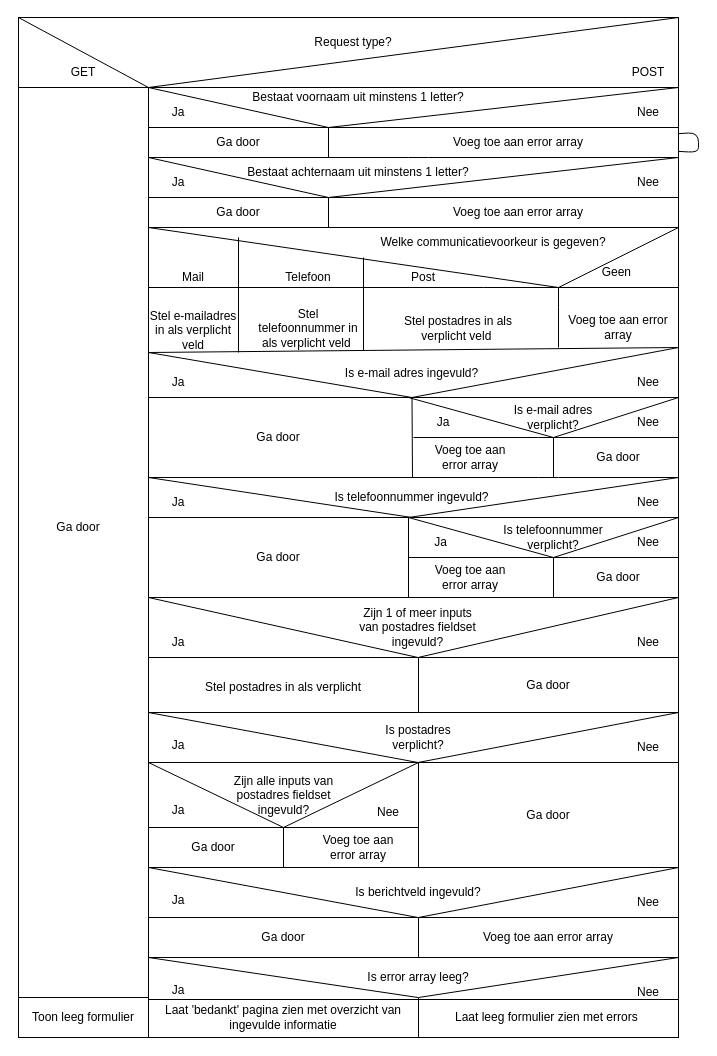
Above: Diagrams/03A PSD.drawio in JeroenHeemskerk/educom-webshop-basis-1725865620 (draw.io), before the change. Source tidied: cells renumbered, new cells numbered last; positions are measured from the earlier drawing's top-left corner, leaving out a move shared by most shapes. Both pictures are drawn from the tidied source at 100%, with x=0, y=0 at pixel (18, 17).
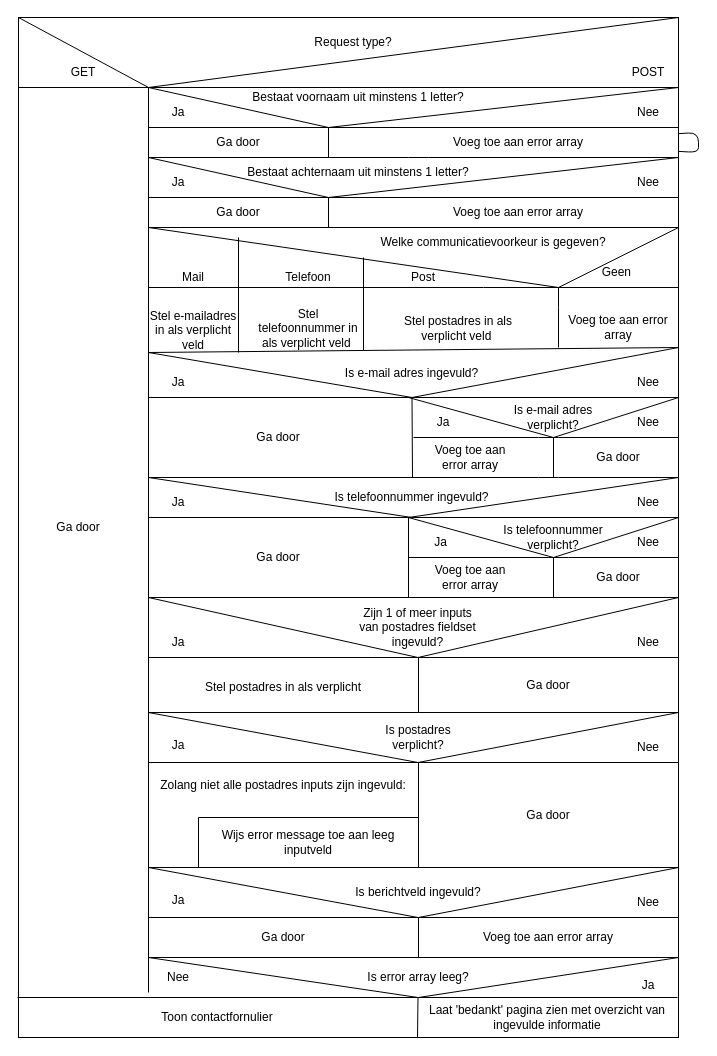
The same page after the edit.

Commit message (it also covers changes not shown here):
PSD opdracht 1.3 herzien #23

The change refers to these unchanged cells:
```xml
<mxCell id="10" value="GET" style="text;strokeColor=none;align=center;fillColor=none;html=1;verticalAlign=middle;whiteSpace=wrap;rounded=0;fontColor=#000000;" parent="1" vertex="1">
  <mxGeometry y="40" width="130" height="30" as="geometry" />
</mxCell>
<mxCell id="13" value="Bestaat voornaam uit minstens 1 letter?" style="text;strokeColor=none;align=center;fillColor=none;html=1;verticalAlign=middle;whiteSpace=wrap;rounded=0;fontColor=#000000;" parent="1" vertex="1">
  <mxGeometry x="130" y="70" width="420" height="20" as="geometry" />
</mxCell>
<mxCell id="110" value="Ja" style="text;strokeColor=none;align=center;fillColor=none;html=1;verticalAlign=middle;whiteSpace=wrap;rounded=0;fontColor=#000000;" parent="1" vertex="1">
  <mxGeometry x="130" y="710" width="60" height="35" as="geometry" />
</mxCell>
<mxCell id="114" value="Ga door" style="text;strokeColor=none;align=center;fillColor=none;html=1;verticalAlign=middle;whiteSpace=wrap;rounded=0;fontColor=#000000;" parent="1" vertex="1">
  <mxGeometry x="400" y="745" width="260" height="105" as="geometry" />
</mxCell>
<mxCell id="124" value="Is berichtveld ingevuld?" style="text;strokeColor=none;align=center;fillColor=none;html=1;verticalAlign=middle;whiteSpace=wrap;rounded=0;fontColor=#000000;" parent="1" vertex="1">
  <mxGeometry x="329.5" y="850" width="140" height="50" as="geometry" />
</mxCell>
<mxCell id="134" value="Is error array leeg?" style="text;strokeColor=none;align=center;fillColor=none;html=1;verticalAlign=middle;whiteSpace=wrap;rounded=0;fontColor=#000000;" parent="1" vertex="1">
  <mxGeometry x="329.5" y="940" width="140" height="40" as="geometry" />
</mxCell>
```

What changed in the source:
```diff
@@
-    <mxCell id="9" style="edgeStyle=none;html=1;exitX=1;exitY=1;exitDx=0;exitDy=0;entryX=1;entryY=1;entryDx=0;entryDy=0;strokeColor=#000000;fontColor=#000000;endArrow=none;endFill=0;" parent="1" edge="1" source="10" target="12">
-      <mxGeometry relative="1" as="geometry" />
-    </mxCell>
@@
-    <mxCell id="12" value="Toon leeg formulier" style="text;strokeColor=none;align=center;fillColor=none;html=1;verticalAlign=middle;whiteSpace=wrap;rounded=0;fontColor=#000000;" parent="1" vertex="1">
-      <mxGeometry y="980" width="130" height="40" as="geometry" />
+    <mxCell id="12" value="Toon contactfornulier" style="text;strokeColor=none;align=center;fillColor=none;html=1;verticalAlign=middle;whiteSpace=wrap;rounded=0;fontColor=#000000;" parent="1" vertex="1">
+      <mxGeometry x="-1" y="980" width="400" height="40" as="geometry" />
     </mxCell>
+    <mxCell id="144" style="edgeStyle=none;html=1;exitX=0;exitY=0;exitDx=0;exitDy=0;entryX=0;entryY=1;entryDx=0;entryDy=0;strokeColor=#000000;endArrow=none;endFill=0;" parent="1" edge="1" source="13" target="137">
+      <mxGeometry relative="1" as="geometry" />
+    </mxCell>
@@
-    <mxCell id="107" value="Zijn alle inputs van postadres fieldset ingevuld?" style="text;strokeColor=none;align=center;fillColor=none;html=1;verticalAlign=middle;whiteSpace=wrap;rounded=0;fontColor=#000000;" parent="1" vertex="1">
-      <mxGeometry x="192.5" y="745" width="145" height="65" as="geometry" />
+    <mxCell id="107" value="Zolang niet alle postadres inputs zijn ingevuld:" style="text;strokeColor=none;align=center;fillColor=none;html=1;verticalAlign=middle;whiteSpace=wrap;rounded=0;fontColor=#000000;" parent="1" vertex="1">
+      <mxGeometry x="130" y="745" width="270" height="45" as="geometry" />
     </mxCell>
@@
-    <mxCell id="109" style="edgeStyle=none;html=1;exitX=0;exitY=1;exitDx=0;exitDy=0;entryX=0.5;entryY=1;entryDx=0;entryDy=0;strokeColor=#000000;fontColor=#000000;endArrow=none;endFill=0;" parent="1" edge="1" source="110" target="107">
-      <mxGeometry relative="1" as="geometry" />
-    </mxCell>
@@
-    <mxCell id="112" style="edgeStyle=none;html=1;exitX=0;exitY=0;exitDx=0;exitDy=0;entryX=0.5;entryY=1;entryDx=0;entryDy=0;strokeColor=#000000;fontColor=#000000;endArrow=none;endFill=0;" parent="1" edge="1" source="114" target="107">
-      <mxGeometry relative="1" as="geometry" />
-    </mxCell>
@@
+    <mxCell id="145" style="edgeStyle=none;html=1;strokeColor=#000000;endArrow=none;endFill=0;" parent="1" edge="1" source="114" target="122">
+      <mxGeometry relative="1" as="geometry" />
+    </mxCell>
@@
-    <mxCell id="116" style="edgeStyle=none;html=1;exitX=0;exitY=1;exitDx=0;exitDy=0;entryX=1;entryY=1;entryDx=0;entryDy=0;strokeColor=#000000;fontColor=#000000;endArrow=none;endFill=0;" parent="1" edge="1" source="117" target="118">
-      <mxGeometry relative="1" as="geometry" />
-    </mxCell>
-    <mxCell id="117" value="Ja" style="text;strokeColor=none;align=center;fillColor=none;html=1;verticalAlign=middle;whiteSpace=wrap;rounded=0;fontColor=#000000;" parent="1" vertex="1">
-      <mxGeometry x="130" y="775" width="60" height="35" as="geometry" />
-    </mxCell>
-    <mxCell id="118" value="Nee" style="text;strokeColor=none;align=center;fillColor=none;html=1;verticalAlign=middle;whiteSpace=wrap;rounded=0;fontColor=#000000;" parent="1" vertex="1">
-      <mxGeometry x="340" y="780" width="60" height="30" as="geometry" />
-    </mxCell>
-    <mxCell id="119" style="edgeStyle=none;html=1;exitX=0;exitY=1;exitDx=0;exitDy=0;entryX=1;entryY=1;entryDx=0;entryDy=0;strokeColor=#000000;fontColor=#000000;endArrow=none;endFill=0;" parent="1" edge="1" source="121" target="114">
-      <mxGeometry relative="1" as="geometry" />
+    <mxCell id="119" style="edgeStyle=none;html=1;exitX=0;exitY=1;exitDx=0;exitDy=0;entryX=1;entryY=1;entryDx=0;entryDy=0;strokeColor=#000000;fontColor=#000000;endArrow=none;endFill=0;" parent="1" edge="1" target="114">
+      <mxGeometry relative="1" as="geometry">
+        <mxPoint x="130" y="850" as="sourcePoint" />
+      </mxGeometry>
     </mxCell>
-    <mxCell id="120" style="edgeStyle=none;html=1;exitX=0;exitY=1;exitDx=0;exitDy=0;entryX=0.5;entryY=1;entryDx=0;entryDy=0;strokeColor=#000000;fontColor=#000000;endArrow=none;endFill=0;" parent="1" edge="1" source="121" target="124">
-      <mxGeometry relative="1" as="geometry" />
+    <mxCell id="120" style="edgeStyle=none;html=1;exitX=0;exitY=1;exitDx=0;exitDy=0;entryX=0.5;entryY=1;entryDx=0;entryDy=0;strokeColor=#000000;fontColor=#000000;endArrow=none;endFill=0;" parent="1" edge="1" target="124">
+      <mxGeometry relative="1" as="geometry">
+        <mxPoint x="130" y="850" as="sourcePoint" />
+      </mxGeometry>
     </mxCell>
-    <mxCell id="121" value="Ga door" style="text;strokeColor=none;align=center;fillColor=none;html=1;verticalAlign=middle;whiteSpace=wrap;rounded=0;fontColor=#000000;" parent="1" vertex="1">
-      <mxGeometry x="130" y="810" width="130" height="40" as="geometry" />
-    </mxCell>
-    <mxCell id="122" value="Voeg toe aan error array" style="text;strokeColor=none;align=center;fillColor=none;html=1;verticalAlign=middle;whiteSpace=wrap;rounded=0;fontColor=#000000;" parent="1" vertex="1">
-      <mxGeometry x="290" y="810" width="100" height="40" as="geometry" />
+    <mxCell id="122" value="Wijs error message toe aan leeg inputveld" style="text;strokeColor=none;align=center;fillColor=none;html=1;verticalAlign=middle;whiteSpace=wrap;rounded=0;fontColor=#000000;" parent="1" vertex="1">
+      <mxGeometry x="180" y="800" width="220" height="50" as="geometry" />
     </mxCell>
-    <mxCell id="123" style="edgeStyle=none;orthogonalLoop=1;jettySize=auto;html=1;strokeColor=#000000;fontColor=#000000;endArrow=none;endFill=0;entryX=1;entryY=1;entryDx=0;entryDy=0;" parent="1" edge="1">
-      <mxGeometry relative="1" as="geometry">
-        <mxPoint x="265" y="810" as="sourcePoint" />
-        <mxPoint x="265" y="850" as="targetPoint" />
-      </mxGeometry>
-    </mxCell>
@@
+    <mxCell id="146" style="edgeStyle=none;html=1;exitX=0.5;exitY=1;exitDx=0;exitDy=0;strokeColor=#000000;endArrow=none;endFill=0;entryX=0;entryY=1;entryDx=0;entryDy=0;" parent="1" edge="1" source="134" target="140">
+      <mxGeometry relative="1" as="geometry" />
+    </mxCell>
@@
-    <mxCell id="135" style="edgeStyle=none;html=1;exitX=0;exitY=1;exitDx=0;exitDy=0;entryX=1;entryY=1;entryDx=0;entryDy=0;strokeColor=#000000;fontColor=#000000;endArrow=none;endFill=0;" parent="1" edge="1">
-      <mxGeometry relative="1" as="geometry">
-        <mxPoint x="130" y="982" as="sourcePoint" />
-        <mxPoint x="660" y="982" as="targetPoint" />
-      </mxGeometry>
-    </mxCell>
     <mxCell id="136" value="Ja" style="text;strokeColor=none;align=center;fillColor=none;html=1;verticalAlign=middle;whiteSpace=wrap;rounded=0;fontColor=#000000;" parent="1" vertex="1">
-      <mxGeometry x="130" y="955" width="60" height="35" as="geometry" />
+      <mxGeometry x="600" y="950" width="60" height="35" as="geometry" />
     </mxCell>
-    <mxCell id="137" value="Nee" style="text;strokeColor=none;align=center;fillColor=none;html=1;verticalAlign=middle;whiteSpace=wrap;rounded=0;fontColor=#000000;" parent="1" vertex="1">
-      <mxGeometry x="600" y="960" width="60" height="30" as="geometry" />
-    </mxCell>
-    <mxCell id="138" style="edgeStyle=none;html=1;exitX=0;exitY=1;exitDx=0;exitDy=0;entryX=1;entryY=1;entryDx=0;entryDy=0;strokeColor=#000000;fontColor=#000000;endArrow=none;endFill=0;" parent="1" edge="1" source="140" target="141">
-      <mxGeometry relative="1" as="geometry" />
-    </mxCell>
-    <mxCell id="139" style="edgeStyle=none;html=1;exitX=0;exitY=0;exitDx=0;exitDy=0;entryX=0;entryY=0;entryDx=0;entryDy=0;strokeColor=#000000;fontColor=#000000;endArrow=none;endFill=0;" parent="1" edge="1" source="140" target="12">
+    <mxCell id="139" style="edgeStyle=none;html=1;exitX=0;exitY=0;exitDx=0;exitDy=0;entryX=0;entryY=0;entryDx=0;entryDy=0;strokeColor=#000000;endArrow=none;endFill=0;" parent="1" edge="1" source="140" target="12">
       <mxGeometry relative="1" as="geometry" />
     </mxCell>
     <mxCell id="140" value="Laat 'bedankt' pagina zien met overzicht van ingevulde informatie" style="text;strokeColor=none;align=center;fillColor=none;html=1;verticalAlign=middle;whiteSpace=wrap;rounded=0;fontColor=#000000;" parent="1" vertex="1">
-      <mxGeometry x="130" y="980" width="270" height="40" as="geometry" />
+      <mxGeometry x="399" y="980" width="260" height="40" as="geometry" />
     </mxCell>
-    <mxCell id="141" value="Laat leeg formulier zien met errors&amp;nbsp;" style="text;strokeColor=none;align=center;fillColor=none;html=1;verticalAlign=middle;whiteSpace=wrap;rounded=0;fontColor=#000000;" parent="1" vertex="1">
-      <mxGeometry x="400" y="980" width="260" height="40" as="geometry" />
-    </mxCell>
-    <mxCell id="142" style="edgeStyle=none;html=1;exitX=0;exitY=0;exitDx=0;exitDy=0;entryX=0;entryY=1;entryDx=0;entryDy=0;strokeColor=#000000;fontColor=#000000;endArrow=none;endFill=0;" parent="1" edge="1" source="141" target="141">
-      <mxGeometry relative="1" as="geometry" />
-    </mxCell>
@@
+    <mxCell id="147" style="edgeStyle=none;html=1;exitX=0;exitY=0;exitDx=0;exitDy=0;entryX=1;entryY=0;entryDx=0;entryDy=0;strokeColor=#000000;endArrow=none;endFill=0;" parent="1" edge="1" source="122" target="122">
+      <mxGeometry relative="1" as="geometry" />
+    </mxCell>
+    <mxCell id="148" style="edgeStyle=none;html=1;exitX=0;exitY=1;exitDx=0;exitDy=0;entryX=0;entryY=0;entryDx=0;entryDy=0;strokeColor=#000000;endArrow=none;endFill=0;" parent="1" edge="1" source="122" target="122">
+      <mxGeometry relative="1" as="geometry" />
+    </mxCell>
+    <mxCell id="137" value="Nee" style="text;strokeColor=none;align=center;fillColor=none;html=1;verticalAlign=middle;whiteSpace=wrap;rounded=0;fontColor=#000000;" parent="1" vertex="1">
+      <mxGeometry x="130" y="945" width="60" height="30" as="geometry" />
+    </mxCell>
+    <mxCell id="149" style="edgeStyle=none;html=1;exitX=0;exitY=0;exitDx=0;exitDy=0;entryX=1;entryY=0;entryDx=0;entryDy=0;strokeColor=#000000;endArrow=none;endFill=0;" parent="1" edge="1" source="140" target="140">
+      <mxGeometry relative="1" as="geometry" />
+    </mxCell>
```
